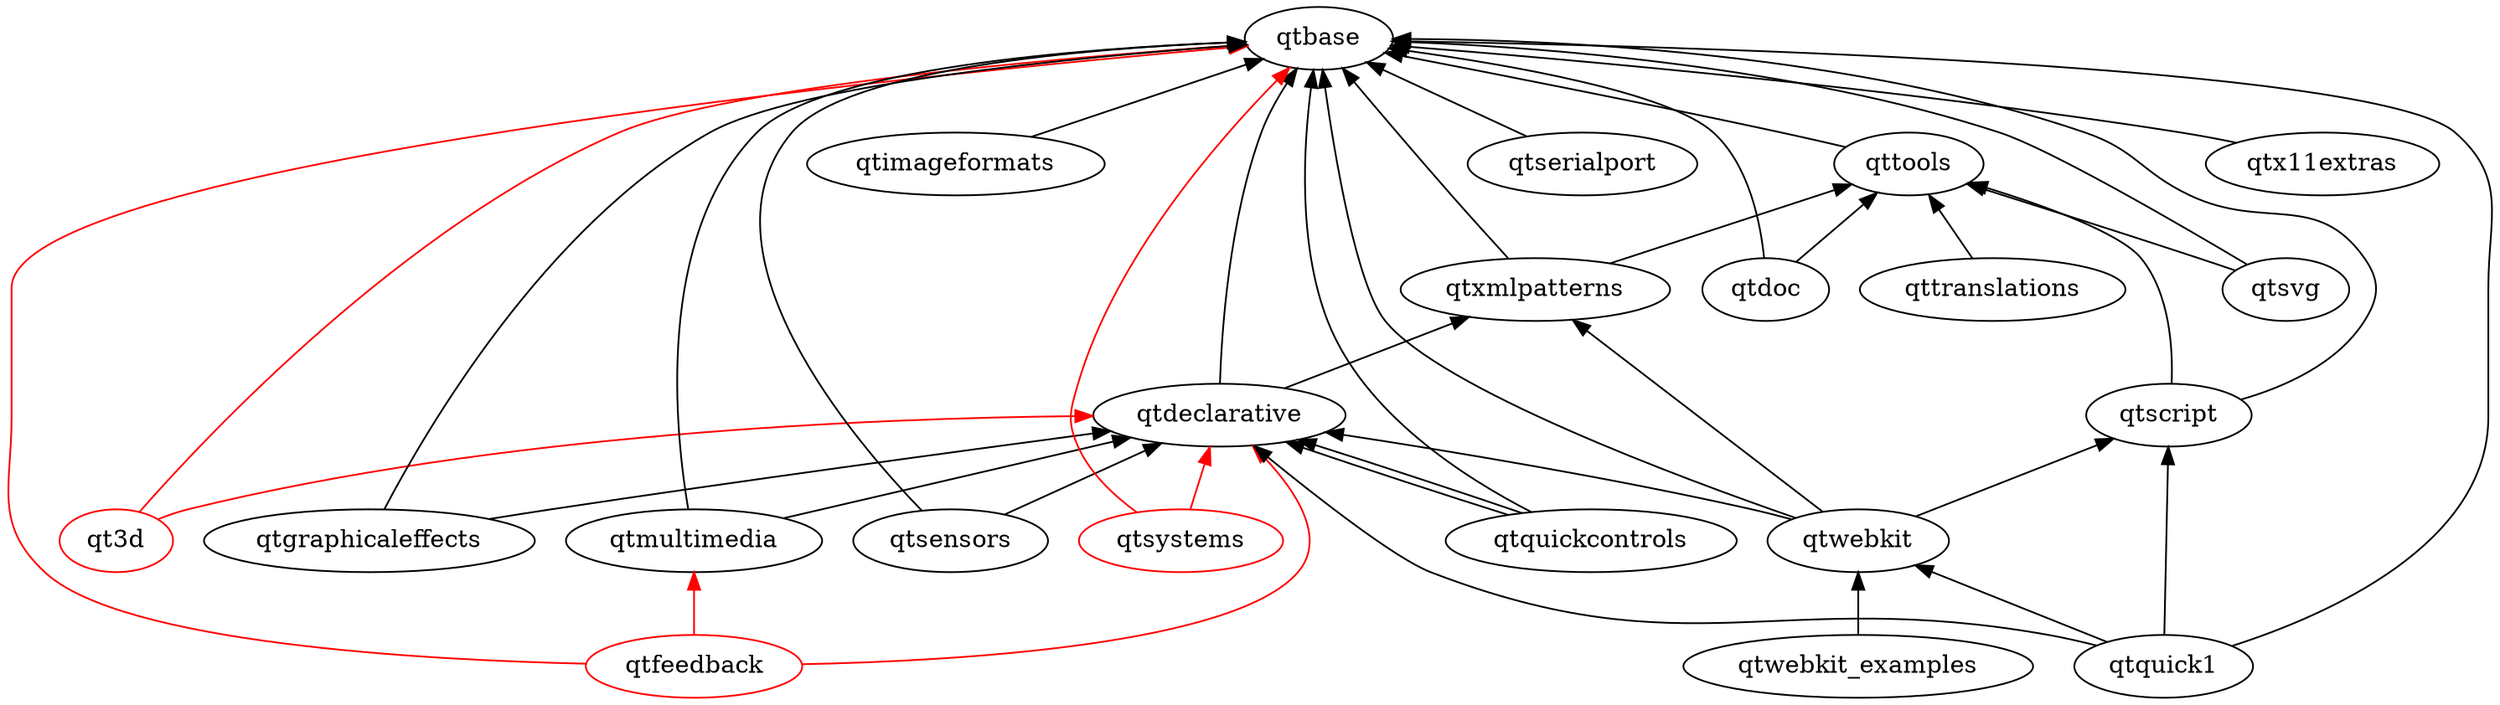
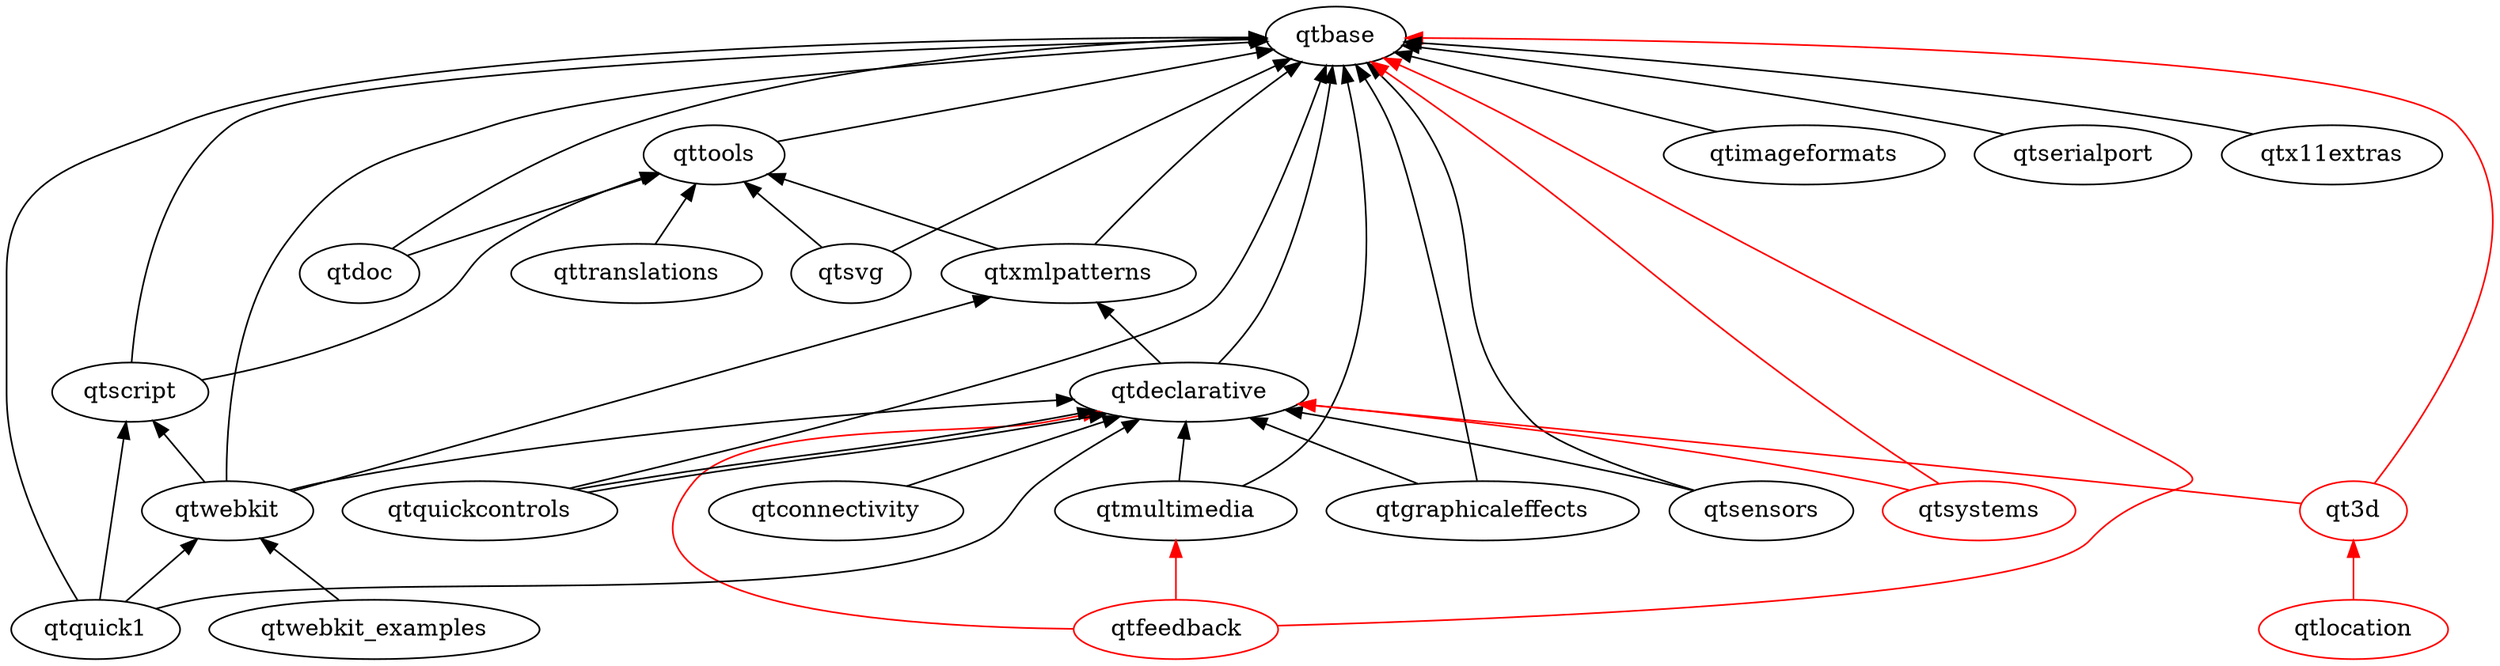
digraph qt5 {
  graph [
    rankdir = "BT"
  ]

  qt3d [ color = red ]
  qtbase
+   qtconnectivity
  qtdeclarative
  qtdoc
  qtfeedback [ color = red ]
  qtgraphicaleffects
  qtimageformats
+   qtlocation [color = red]
  qtmultimedia
  qtquick1
  qtquickcontrols
  qtscript
  qtsensors
  qtserialport
  qtsvg
  qtsystems [ color = red ]
  qttools
  qttranslations
  qtwebkit
  qtwebkit_examples
  qtx11extras
  qtxmlpatterns

+   qtconnectivity -> qtdeclarative
  qtdeclarative -> qtbase
  qtdeclarative -> qtxmlpatterns
  qtdoc -> qtbase
  qtdoc -> qttools
  qtgraphicaleffects -> qtbase
  qtgraphicaleffects -> qtdeclarative
  qtimageformats -> qtbase
  qtmultimedia -> qtbase
  qtmultimedia -> qtdeclarative
  qtquick1 -> qtbase
  qtquick1 -> qtdeclarative
  qtquick1 -> qtscript
  qtquick1 -> qtwebkit
  qtquickcontrols -> qtbase
  qtquickcontrols -> qtdeclarative
  qtquickcontrols -> qtdeclarative
  qtsensors -> qtbase
  qtsensors -> qtdeclarative
  qtserialport -> qtbase
  qtscript -> qtbase
  qtscript -> qttools
  qtsvg -> qtbase
  qtsvg -> qttools
  qttools -> qtbase
  qttranslations -> qttools
  qtwebkit -> qtbase
  qtwebkit -> qtdeclarative
  qtwebkit -> qtscript
  qtwebkit -> qtxmlpatterns
  qtwebkit_examples -> qtwebkit
  qtx11extras -> qtbase
  qtxmlpatterns -> qtbase
  qtxmlpatterns -> qttools

  // unsure/not-uploaded
  qt3d -> qtbase [ color = red ]
  qt3d -> qtdeclarative [ color = red ]
  qtfeedback -> qtbase [ color = red ]
  qtfeedback -> qtdeclarative [ color = red ]
  qtfeedback -> qtmultimedia [ color = red ]
+   qtlocation -> qt3d [color = red]
  qtsystems -> qtbase [ color = red ]
  qtsystems -> qtdeclarative [ color = red ]
}
